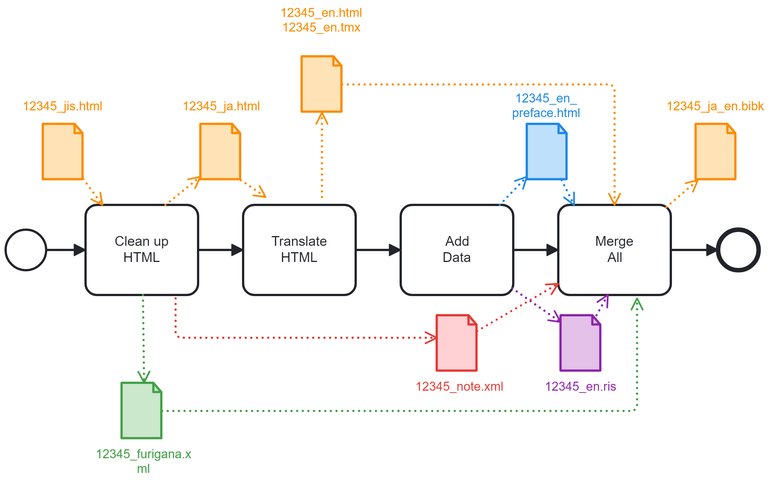
The BPMN diagram 0-InitialWorkflow.png in japotrad/blue-sora, before a commit. Its source is kept beside it as 0-InitialWorkflow.bpmn. Ids are renumbered.
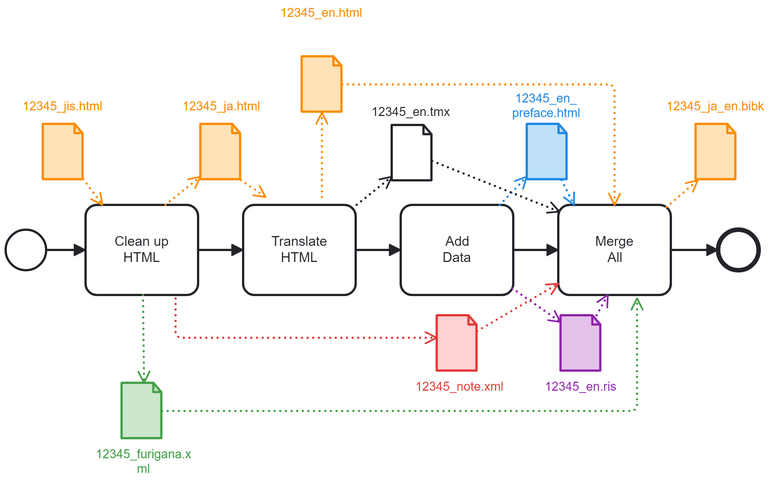
After the change.

Commit message:
Change color of the TMX file in diagrams

Change to the diagram source:
```diff
@@ -1,7 +1,7 @@
 <bpmn:definitions xmlns:bpmn="http://www.omg.org/spec/BPMN/20100524/MODEL" xmlns:bpmndi="http://www.omg.org/spec/BPMN/20100524/DI" xmlns:dc="http://www.omg.org/spec/DD/20100524/DC" xmlns:bioc="http://bpmn.io/schema/bpmn/biocolor/1.0" xmlns:color="http://www.omg.org/spec/BPMN/non-normative/color/1.0" xmlns:di="http://www.omg.org/spec/DD/20100524/DI" xmlns:modeler="http://camunda.org/schema/modeler/1.0" id="Definitions_n1" targetNamespace="http://bpmn.io/schema/bpmn" exporter="Camunda Modeler" exporterVersion="5.29.0" modeler:executionPlatform="Camunda Cloud" modeler:executionPlatformVersion="8.2.0">
   <bpmn:process id="buildDbk" name="buildDbk" isExecutable="true">
     <bpmn:dataObjectReference id="DataObjectReference_n2" name="12345_en_&#10;preface.html" dataObjectRef="DataObject_n3" />
-    <bpmn:dataObjectReference id="DataObjectReference_n4" name="12345_en.html&#10;12345_en.tmx" dataObjectRef="DataObject_n5" />
+    <bpmn:dataObjectReference id="DataObjectReference_n4" name="12345_en.html" dataObjectRef="DataObject_n5" />
     <bpmn:dataObjectReference id="DataObjectReference_n6" name="12345_en.ris" dataObjectRef="DataObject_n7" />
     <bpmn:dataObjectReference id="DataObjectReference_n8" name="12345_furigana.xml" dataObjectRef="DataObject_n9" />
     <bpmn:dataObjectReference id="DataObjectReference_n10" name="12345_ja_en.bibk" dataObjectRef="DataObject_n11" />
@@ -76,6 +76,10 @@
         <bpmn:sourceRef>DataObjectReference_n4</bpmn:sourceRef>
         <bpmn:targetRef>Property_n35</bpmn:targetRef>
       </bpmn:dataInputAssociation>
+      <bpmn:dataInputAssociation id="DataInputAssociation_n46">
+        <bpmn:sourceRef>DataObjectReference_n47</bpmn:sourceRef>
+        <bpmn:targetRef>Property_n35</bpmn:targetRef>
+      </bpmn:dataInputAssociation>
       <bpmn:dataOutputAssociation id="DataOutputAssociation_n41">
         <bpmn:targetRef>DataObjectReference_n10</bpmn:targetRef>
       </bpmn:dataOutputAssociation>
@@ -94,7 +98,12 @@
       <bpmn:dataOutputAssociation id="DataOutputAssociation_n44">
         <bpmn:targetRef>DataObjectReference_n4</bpmn:targetRef>
       </bpmn:dataOutputAssociation>
+      <bpmn:dataOutputAssociation id="DataOutputAssociation_n48">
+        <bpmn:targetRef>DataObjectReference_n47</bpmn:targetRef>
+      </bpmn:dataOutputAssociation>
     </bpmn:task>
+    <bpmn:dataObjectReference id="DataObjectReference_n47" name="12345_en.tmx" dataObjectRef="DataObject_n49" />
+    <bpmn:dataObject id="DataObject_n49" />
   </bpmn:process>
   <bpmndi:BPMNDiagram id="BPMNDiagram_1">
     <bpmndi:BPMNPlane id="BPMNPlane_1" bpmnElement="buildDbk">
@@ -107,7 +116,7 @@
       <bpmndi:BPMNShape id="DataObjectReference_n4_di" bpmnElement="DataObjectReference_n4" bioc:stroke="#fb8c00" bioc:fill="#ffe0b2" color:background-color="#ffe0b2" color:border-color="#fb8c00">
         <dc:Bounds x="442" y="125" width="36" height="50" />
         <bpmndi:BPMNLabel color:color="#fb8c00">
-          <dc:Bounds x="423" y="80" width="74" height="27" />
+          <dc:Bounds x="423" y="80" width="74" height="14" />
         </bpmndi:BPMNLabel>
       </bpmndi:BPMNShape>
       <bpmndi:BPMNShape id="DataObjectReference_n6_di" bpmnElement="DataObjectReference_n6" bioc:stroke="#8e24aa" bioc:fill="#e1bee7" color:background-color="#e1bee7" color:border-color="#8e24aa">
@@ -167,6 +176,12 @@
       <bpmndi:BPMNShape id="Activity_n34_di" bpmnElement="Activity_n34">
         <dc:Bounds x="390" y="257" width="100" height="80" />
         <bpmndi:BPMNLabel />
+      </bpmndi:BPMNShape>
+      <bpmndi:BPMNShape id="DataObjectReference_n47_di" bpmnElement="DataObjectReference_n47">
+        <dc:Bounds x="522" y="186" width="36" height="50" />
+        <bpmndi:BPMNLabel>
+          <dc:Bounds x="504" y="168" width="71" height="14" />
+        </bpmndi:BPMNLabel>
       </bpmndi:BPMNShape>
       <bpmndi:BPMNEdge id="DataOutputAssociation_n21_di" bpmnElement="DataOutputAssociation_n21" bioc:stroke="#1e88e5" color:border-color="#1e88e5">
         <di:waypoint x="618" y="257" />
@@ -247,6 +262,14 @@
         <di:waypoint x="460" y="250" />
         <di:waypoint x="460" y="175" />
       </bpmndi:BPMNEdge>
+      <bpmndi:BPMNEdge id="DataOutputAssociation_n48_di" bpmnElement="DataOutputAssociation_n48">
+        <di:waypoint x="487" y="260" />
+        <di:waypoint x="522" y="232" />
+      </bpmndi:BPMNEdge>
+      <bpmndi:BPMNEdge id="DataInputAssociation_n46_di" bpmnElement="DataInputAssociation_n46">
+        <di:waypoint x="558" y="218" />
+        <di:waypoint x="671" y="263" />
+      </bpmndi:BPMNEdge>
     </bpmndi:BPMNPlane>
   </bpmndi:BPMNDiagram>
 </bpmn:definitions>
```
